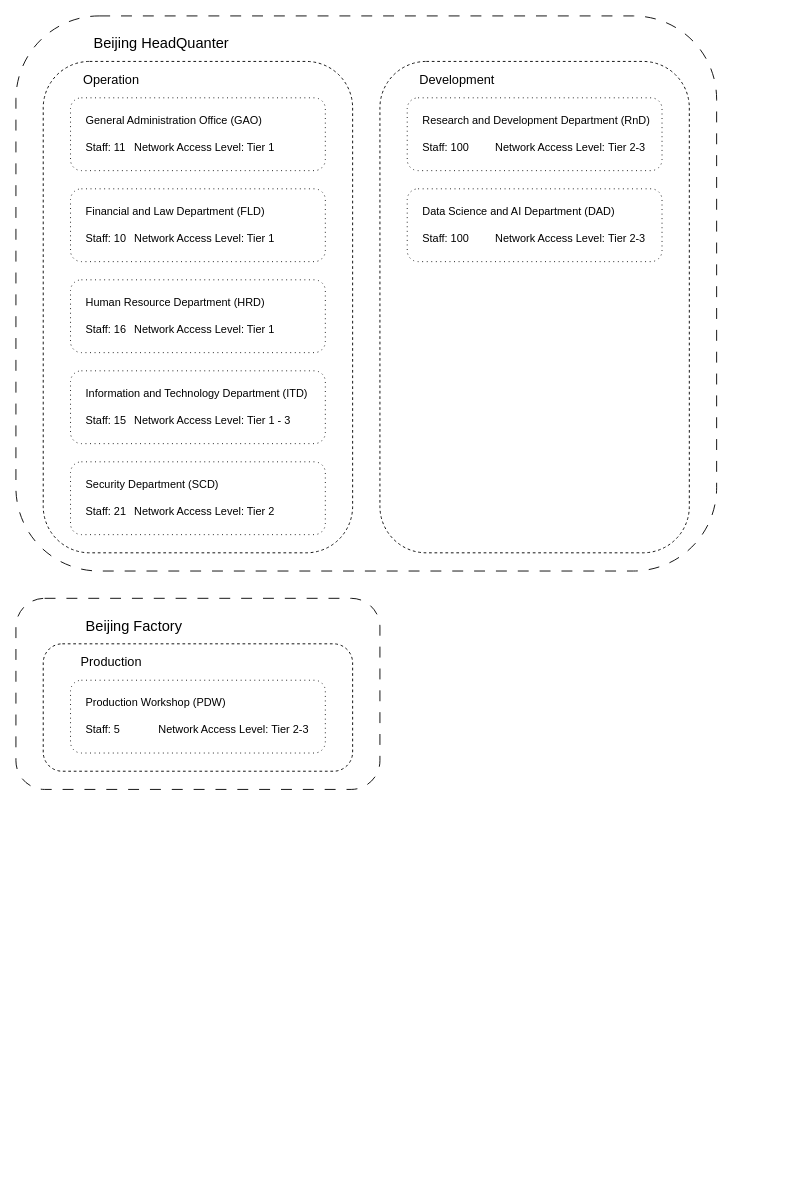
Earlier version of the draw.io diagram drawio/department_structure.drawio (aaassseee/SEHS3321-A02-G01). Source tidied: cells renumbered, new cells numbered last; positions are measured from the earlier drawing's top-left corner, leaving out a move shared by most shapes. Both pictures are drawn from the tidied source at 91%, with x=0, y=0 at pixel (15, 15).
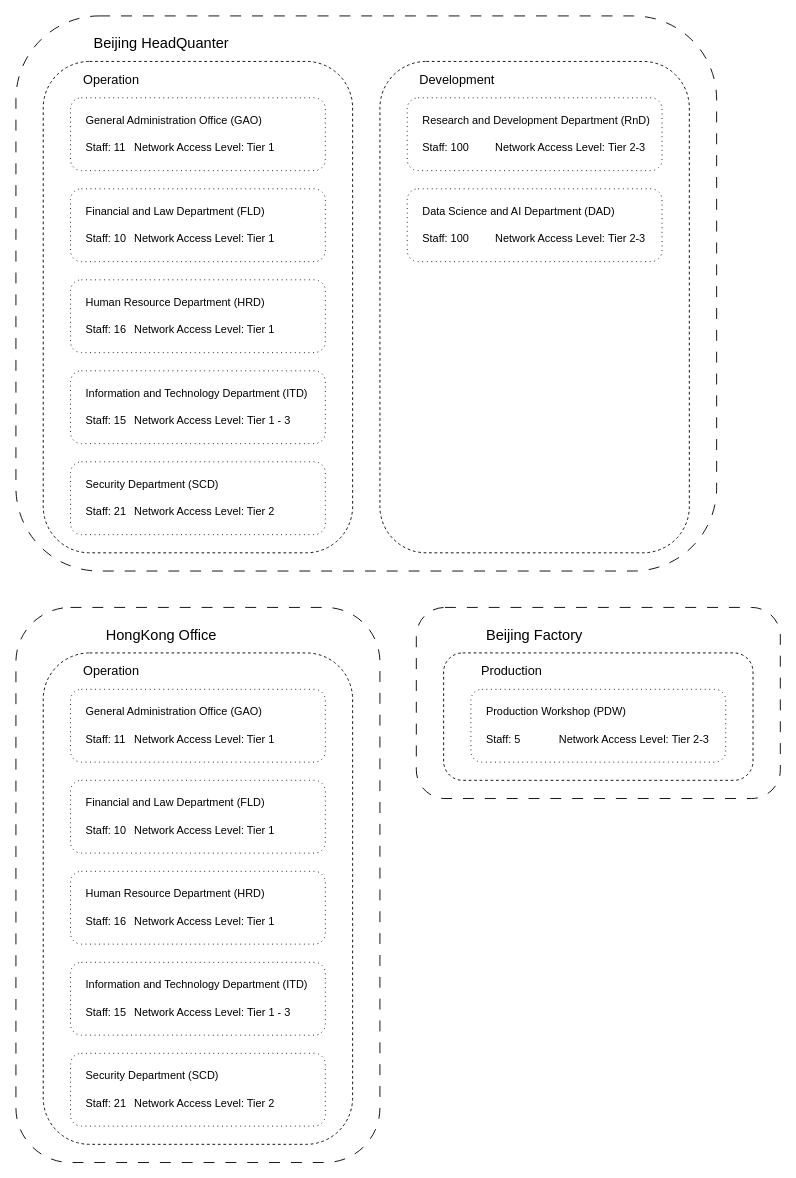
After the change.

Commit message (it also covers changes not shown here):
create dept structure and hk rt diagram

Change to the diagram source:
```diff
@@
+    <mxCell id="28" style="rounded=1;whiteSpace=wrap;html=1;dashed=1;dashPattern=12 12;fillColor=none;" parent="1" vertex="1">
+      <mxGeometry y="650" width="400" height="610" as="geometry" />
+    </mxCell>
@@
     <mxCell id="22" style="rounded=1;whiteSpace=wrap;html=1;dashed=1;dashPattern=12 12;fillColor=none;" parent="1" vertex="1">
-      <mxGeometry y="640" width="400" height="210" as="geometry" />
+      <mxGeometry x="440" y="650" width="400" height="210" as="geometry" />
     </mxCell>
     <mxCell id="23" value="&lt;font style=&quot;font-size: 16px;&quot;&gt;Beijing Factory&lt;/font&gt;" style="text;html=1;whiteSpace=wrap;strokeColor=none;fillColor=none;align=center;verticalAlign=middle;rounded=0;" parent="1" vertex="1">
-      <mxGeometry x="70" y="660" width="120" height="20" as="geometry" />
+      <mxGeometry x="510" y="670" width="120" height="20" as="geometry" />
     </mxCell>
     <mxCell id="24" style="rounded=1;whiteSpace=wrap;html=1;dashed=1;fillColor=none;strokeColor=default;" parent="1" vertex="1">
-      <mxGeometry x="30" y="690" width="340" height="140" as="geometry" />
+      <mxGeometry x="470" y="700" width="340" height="140" as="geometry" />
     </mxCell>
     <mxCell id="25" value="&lt;font style=&quot;font-size: 14px;&quot;&gt;Production&lt;/font&gt;" style="text;html=1;whiteSpace=wrap;strokeColor=none;fillColor=none;align=center;verticalAlign=middle;rounded=0;" parent="1" vertex="1">
-      <mxGeometry x="70" y="700" width="70" height="20" as="geometry" />
+      <mxGeometry x="510" y="710" width="70" height="20" as="geometry" />
     </mxCell>
     <mxCell id="26" style="rounded=1;whiteSpace=wrap;html=1;dashed=1;dashPattern=1 4;fillColor=none;" parent="1" vertex="1">
-      <mxGeometry x="60" y="730" width="280" height="80" as="geometry" />
+      <mxGeometry x="500" y="740" width="280" height="80" as="geometry" />
     </mxCell>
     <mxCell id="27" value="&lt;div style=&quot;&quot;&gt;&lt;span style=&quot;line-height: 116%; font-family: Arial, sans-serif;&quot; lang=&quot;EN-GB&quot;&gt;&lt;font&gt;Production Workshop (PDW)&lt;/font&gt;&lt;/span&gt;&lt;/div&gt;&lt;div style=&quot;&quot;&gt;&lt;span style=&quot;line-height: 116%; font-family: Arial, sans-serif;&quot; lang=&quot;EN-GB&quot;&gt;&lt;font&gt;&lt;br&gt;&lt;/font&gt;&lt;/span&gt;&lt;/div&gt;&lt;div style=&quot;&quot;&gt;&lt;span style=&quot;line-height: 116%; font-family: Arial, sans-serif;&quot; lang=&quot;EN-GB&quot;&gt;&lt;font&gt;Staff: 5&lt;span style=&quot;white-space: pre;&quot;&gt;&#9;&lt;/span&gt;&lt;span style=&quot;white-space: pre;&quot;&gt;&#9;&lt;/span&gt;&lt;/font&gt;&lt;/span&gt;&lt;span style=&quot;font-family: Arial, sans-serif;&quot;&gt;Network Access Level:&lt;/span&gt;&lt;span style=&quot;font-family: Arial, sans-serif; background-color: transparent; color: light-dark(rgb(0, 0, 0), rgb(255, 255, 255));&quot;&gt;&amp;nbsp;Tier 2-3&lt;/span&gt;&lt;/div&gt;" style="text;html=1;whiteSpace=wrap;strokeColor=none;fillColor=none;align=left;verticalAlign=middle;rounded=0;" parent="1" vertex="1">
-      <mxGeometry x="75" y="740" width="255" height="60" as="geometry" />
+      <mxGeometry x="515" y="750" width="255" height="60" as="geometry" />
     </mxCell>
+    <mxCell id="29" style="rounded=1;whiteSpace=wrap;html=1;dashed=1;fillColor=none;" parent="1" vertex="1">
+      <mxGeometry x="30" y="700" width="340" height="540" as="geometry" />
+    </mxCell>
+    <mxCell id="30" style="rounded=1;whiteSpace=wrap;html=1;dashed=1;dashPattern=1 4;fillColor=none;" parent="1" vertex="1">
+      <mxGeometry x="60" y="740" width="280" height="80" as="geometry" />
+    </mxCell>
+    <mxCell id="31" value="&lt;div style=&quot;&quot;&gt;&lt;span style=&quot;font-family: Arial, sans-serif; background-color: transparent; color: light-dark(rgb(0, 0, 0), rgb(255, 255, 255));&quot;&gt;General Administration Office (GAO)&lt;/span&gt;&lt;/div&gt;&lt;div style=&quot;&quot;&gt;&lt;span style=&quot;line-height: 116%; font-family: Arial, sans-serif;&quot; lang=&quot;EN-GB&quot;&gt;&lt;font&gt;&lt;br&gt;&lt;/font&gt;&lt;/span&gt;&lt;/div&gt;&lt;div style=&quot;&quot;&gt;&lt;span style=&quot;line-height: 116%; font-family: Arial, sans-serif;&quot; lang=&quot;EN-GB&quot;&gt;&lt;font&gt;Staff: 11&lt;span style=&quot;white-space: pre;&quot;&gt;&#9;&lt;/span&gt;Network Access Level: Tier 1&lt;/font&gt;&lt;/span&gt;&lt;/div&gt;" style="text;html=1;whiteSpace=wrap;strokeColor=none;fillColor=none;align=left;verticalAlign=middle;rounded=0;" parent="1" vertex="1">
+      <mxGeometry x="75" y="750" width="235" height="60" as="geometry" />
+    </mxCell>
+    <mxCell id="32" value="&lt;font style=&quot;font-size: 14px;&quot;&gt;Operation&lt;/font&gt;" style="text;html=1;whiteSpace=wrap;strokeColor=none;fillColor=none;align=center;verticalAlign=middle;rounded=0;" parent="1" vertex="1">
+      <mxGeometry x="70" y="710" width="70" height="20" as="geometry" />
+    </mxCell>
+    <mxCell id="33" value="&lt;font style=&quot;font-size: 16px;&quot;&gt;HongKong Office&lt;/font&gt;" style="text;html=1;whiteSpace=wrap;strokeColor=none;fillColor=none;align=center;verticalAlign=middle;rounded=0;" parent="1" vertex="1">
+      <mxGeometry x="80" y="670" width="160" height="20" as="geometry" />
+    </mxCell>
+    <mxCell id="34" style="rounded=1;whiteSpace=wrap;html=1;dashed=1;dashPattern=1 4;fillColor=none;" parent="1" vertex="1">
+      <mxGeometry x="60" y="840" width="280" height="80" as="geometry" />
+    </mxCell>
+    <mxCell id="35" value="&lt;div style=&quot;&quot;&gt;&lt;span style=&quot;line-height: 116%; font-family: Arial, sans-serif;&quot; lang=&quot;EN-GB&quot;&gt;&lt;font&gt;Financial and Law Department (FLD)&lt;/font&gt;&lt;/span&gt;&lt;/div&gt;&lt;div style=&quot;&quot;&gt;&lt;span style=&quot;line-height: 116%; font-family: Arial, sans-serif;&quot; lang=&quot;EN-GB&quot;&gt;&lt;font&gt;&lt;br&gt;&lt;/font&gt;&lt;/span&gt;&lt;/div&gt;&lt;div style=&quot;&quot;&gt;&lt;span style=&quot;line-height: 116%; font-family: Arial, sans-serif;&quot; lang=&quot;EN-GB&quot;&gt;&lt;font&gt;Staff: 10&lt;span style=&quot;white-space: pre;&quot;&gt;&#9;&lt;/span&gt;&lt;/font&gt;&lt;/span&gt;&lt;span style=&quot;font-family: Arial, sans-serif;&quot;&gt;Network Access Level&lt;/span&gt;&lt;span style=&quot;font-family: Arial, sans-serif; background-color: transparent; color: light-dark(rgb(0, 0, 0), rgb(255, 255, 255));&quot;&gt;: Tier 1&lt;/span&gt;&lt;/div&gt;" style="text;html=1;whiteSpace=wrap;strokeColor=none;fillColor=none;align=left;verticalAlign=middle;rounded=0;" parent="1" vertex="1">
+      <mxGeometry x="75" y="850" width="250" height="60" as="geometry" />
+    </mxCell>
+    <mxCell id="36" style="rounded=1;whiteSpace=wrap;html=1;dashed=1;dashPattern=1 4;fillColor=none;" parent="1" vertex="1">
+      <mxGeometry x="60" y="940" width="280" height="80" as="geometry" />
+    </mxCell>
+    <mxCell id="37" value="&lt;div style=&quot;&quot;&gt;&lt;span style=&quot;line-height: 116%; font-family: Arial, sans-serif;&quot; lang=&quot;EN-GB&quot;&gt;&lt;font&gt;Human Resource Department (HRD)&lt;/font&gt;&lt;/span&gt;&lt;/div&gt;&lt;div style=&quot;&quot;&gt;&lt;span style=&quot;line-height: 116%; font-family: Arial, sans-serif;&quot; lang=&quot;EN-GB&quot;&gt;&lt;font&gt;&lt;br&gt;&lt;/font&gt;&lt;/span&gt;&lt;/div&gt;&lt;div style=&quot;&quot;&gt;&lt;span style=&quot;line-height: 116%; font-family: Arial, sans-serif;&quot; lang=&quot;EN-GB&quot;&gt;&lt;font&gt;Staff: 16&lt;span style=&quot;white-space: pre;&quot;&gt;&#9;&lt;/span&gt;&lt;/font&gt;&lt;/span&gt;&lt;span style=&quot;font-family: Arial, sans-serif;&quot;&gt;Network Access Level:&lt;/span&gt;&lt;span style=&quot;font-family: Arial, sans-serif; background-color: transparent; color: light-dark(rgb(0, 0, 0), rgb(255, 255, 255));&quot;&gt; Tier 1&lt;/span&gt;&lt;/div&gt;" style="text;html=1;whiteSpace=wrap;strokeColor=none;fillColor=none;align=left;verticalAlign=middle;rounded=0;" parent="1" vertex="1">
+      <mxGeometry x="75" y="950" width="250" height="60" as="geometry" />
+    </mxCell>
+    <mxCell id="38" style="rounded=1;whiteSpace=wrap;html=1;dashed=1;dashPattern=1 4;fillColor=none;" parent="1" vertex="1">
+      <mxGeometry x="60" y="1040" width="280" height="80" as="geometry" />
+    </mxCell>
+    <mxCell id="39" value="&lt;div style=&quot;&quot;&gt;&lt;span style=&quot;line-height: 116%; font-family: Arial, sans-serif;&quot; lang=&quot;EN-GB&quot;&gt;&lt;font&gt;Information and Technology Department (ITD)&lt;/font&gt;&lt;/span&gt;&lt;/div&gt;&lt;div style=&quot;&quot;&gt;&lt;span style=&quot;line-height: 116%; font-family: Arial, sans-serif;&quot; lang=&quot;EN-GB&quot;&gt;&lt;font&gt;&lt;br&gt;&lt;/font&gt;&lt;/span&gt;&lt;/div&gt;&lt;div style=&quot;&quot;&gt;&lt;span style=&quot;line-height: 116%; font-family: Arial, sans-serif;&quot; lang=&quot;EN-GB&quot;&gt;&lt;font&gt;Staff: 15&lt;span style=&quot;white-space: pre;&quot;&gt;&#9;&lt;/span&gt;&lt;/font&gt;&lt;/span&gt;&lt;span style=&quot;font-family: Arial, sans-serif; background-color: transparent; color: light-dark(rgb(0, 0, 0), rgb(255, 255, 255));&quot;&gt;Network Access Level:&lt;/span&gt;&lt;span style=&quot;background-color: transparent; color: light-dark(rgb(0, 0, 0), rgb(255, 255, 255)); font-family: Arial, sans-serif;&quot;&gt;&amp;nbsp;Tier 1 - 3&lt;/span&gt;&lt;/div&gt;" style="text;html=1;whiteSpace=wrap;strokeColor=none;fillColor=none;align=left;verticalAlign=middle;rounded=0;" parent="1" vertex="1">
+      <mxGeometry x="75" y="1050" width="250" height="60" as="geometry" />
+    </mxCell>
+    <mxCell id="40" style="rounded=1;whiteSpace=wrap;html=1;dashed=1;dashPattern=1 4;fillColor=none;" parent="1" vertex="1">
+      <mxGeometry x="60" y="1140" width="280" height="80" as="geometry" />
+    </mxCell>
+    <mxCell id="41" value="&lt;div style=&quot;&quot;&gt;&lt;span style=&quot;line-height: 116%; font-family: Arial, sans-serif;&quot; lang=&quot;EN-GB&quot;&gt;&lt;font&gt;Security Department (SCD)&lt;/font&gt;&lt;/span&gt;&lt;/div&gt;&lt;div style=&quot;&quot;&gt;&lt;span style=&quot;line-height: 116%; font-family: Arial, sans-serif;&quot; lang=&quot;EN-GB&quot;&gt;&lt;font&gt;&lt;br&gt;&lt;/font&gt;&lt;/span&gt;&lt;/div&gt;&lt;div style=&quot;&quot;&gt;&lt;span style=&quot;line-height: 116%; font-family: Arial, sans-serif;&quot; lang=&quot;EN-GB&quot;&gt;&lt;font&gt;Staff: 21&lt;span style=&quot;white-space: pre;&quot;&gt;&#9;&lt;/span&gt;&lt;/font&gt;&lt;/span&gt;&lt;span style=&quot;font-family: Arial, sans-serif;&quot;&gt;Network Access Level:&lt;/span&gt;&lt;span style=&quot;font-family: Arial, sans-serif; background-color: transparent; color: light-dark(rgb(0, 0, 0), rgb(255, 255, 255));&quot;&gt; Tier 2&lt;/span&gt;&lt;/div&gt;" style="text;html=1;whiteSpace=wrap;strokeColor=none;fillColor=none;align=left;verticalAlign=middle;rounded=0;" parent="1" vertex="1">
+      <mxGeometry x="75" y="1150" width="250" height="60" as="geometry" />
+    </mxCell>
```
